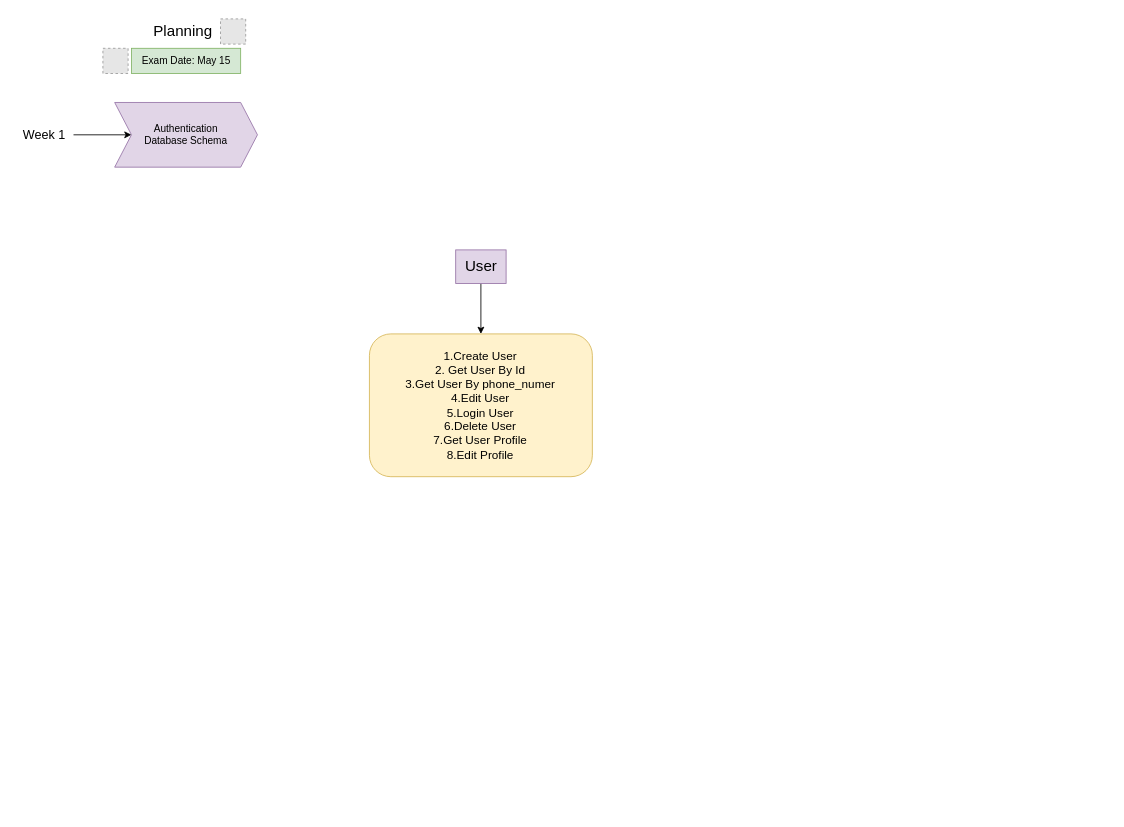
The draw.io diagram goball.drawio in abdukod1rov/git-demo, before the edit. Source tidied: cells renumbered, new cells numbered last; positions are measured from the earlier drawing's top-left corner, leaving out a move shared by most shapes. Both pictures are drawn from the tidied source at 84%, with x=0, y=0 at pixel (14, 14). Pictures stored in the file or linked from it are replaced by grey dashed boxes.
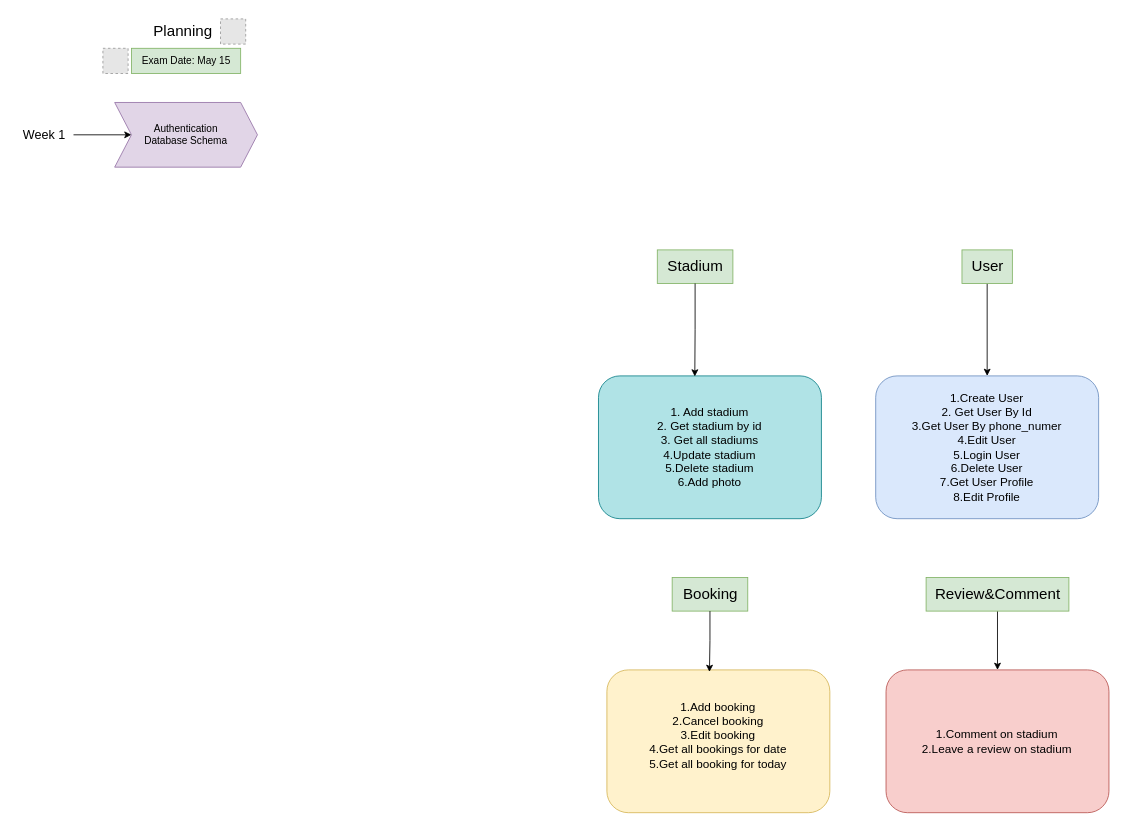
After the change.

The edit, as a diff of the source:
```diff
@@
-    <mxCell id="9" value="&lt;font style=&quot;font-size: 14px;&quot;&gt;1.Create User&lt;/font&gt;&lt;div style=&quot;font-size: 14px;&quot;&gt;&lt;font style=&quot;font-size: 14px;&quot;&gt;2. Get User By Id&lt;br&gt;&lt;/font&gt;&lt;/div&gt;&lt;div style=&quot;font-size: 14px;&quot;&gt;&lt;font style=&quot;font-size: 14px;&quot;&gt;3.Get User By phone_numer&lt;/font&gt;&lt;/div&gt;&lt;div style=&quot;font-size: 14px;&quot;&gt;&lt;font style=&quot;font-size: 14px;&quot;&gt;4.Edit User&lt;/font&gt;&lt;/div&gt;&lt;div style=&quot;font-size: 14px;&quot;&gt;&lt;font style=&quot;font-size: 14px;&quot;&gt;5.Login User&lt;/font&gt;&lt;/div&gt;&lt;div style=&quot;font-size: 14px;&quot;&gt;&lt;font style=&quot;font-size: 14px;&quot;&gt;6.Delete User&lt;/font&gt;&lt;/div&gt;&lt;div style=&quot;font-size: 14px;&quot;&gt;&lt;font style=&quot;font-size: 14px;&quot;&gt;7.Get User Profile&lt;/font&gt;&lt;/div&gt;&lt;div style=&quot;font-size: 14px;&quot;&gt;&lt;font style=&quot;font-size: 14px;&quot;&gt;8.Edit Profile&lt;/font&gt;&lt;/div&gt;" style="rounded=1;whiteSpace=wrap;html=1;fillColor=#fff2cc;strokeColor=#d6b656;" parent="1" vertex="1">
-      <mxGeometry x="422.3" y="380" width="265.4" height="170" as="geometry" />
+    <mxCell id="9" value="&lt;font style=&quot;font-size: 14px;&quot;&gt;1.Create User&lt;/font&gt;&lt;div style=&quot;font-size: 14px;&quot;&gt;&lt;font style=&quot;font-size: 14px;&quot;&gt;2. Get User By Id&lt;br&gt;&lt;/font&gt;&lt;/div&gt;&lt;div style=&quot;font-size: 14px;&quot;&gt;&lt;font style=&quot;font-size: 14px;&quot;&gt;3.Get User By phone_numer&lt;/font&gt;&lt;/div&gt;&lt;div style=&quot;font-size: 14px;&quot;&gt;&lt;font style=&quot;font-size: 14px;&quot;&gt;4.Edit User&lt;/font&gt;&lt;/div&gt;&lt;div style=&quot;font-size: 14px;&quot;&gt;&lt;font style=&quot;font-size: 14px;&quot;&gt;5.Login User&lt;/font&gt;&lt;/div&gt;&lt;div style=&quot;font-size: 14px;&quot;&gt;&lt;font style=&quot;font-size: 14px;&quot;&gt;6.Delete User&lt;/font&gt;&lt;/div&gt;&lt;div style=&quot;font-size: 14px;&quot;&gt;&lt;font style=&quot;font-size: 14px;&quot;&gt;7.Get User Profile&lt;/font&gt;&lt;/div&gt;&lt;div style=&quot;font-size: 14px;&quot;&gt;&lt;font style=&quot;font-size: 14px;&quot;&gt;8.Edit Profile&lt;/font&gt;&lt;/div&gt;" style="rounded=1;whiteSpace=wrap;html=1;fillColor=#dae8fc;strokeColor=#6c8ebf;" parent="1" vertex="1">
+      <mxGeometry x="1025" y="430" width="265.4" height="170" as="geometry" />
     </mxCell>
@@
-    <mxCell id="11" value="&lt;font style=&quot;font-size: 18px;&quot;&gt;User&lt;/font&gt;" style="text;html=1;align=center;verticalAlign=middle;points=[];strokeColor=#9673a6;fillColor=#e1d5e7;" parent="1" vertex="1">
-      <mxGeometry x="525" y="280" width="60" height="40" as="geometry" />
+    <mxCell id="11" value="&lt;font style=&quot;font-size: 18px;&quot;&gt;User&lt;/font&gt;" style="text;html=1;align=center;verticalAlign=middle;points=[];strokeColor=#82b366;fillColor=#d5e8d4;" parent="1" vertex="1">
+      <mxGeometry x="1127.7" y="280" width="60" height="40" as="geometry" />
     </mxCell>
+    <mxCell id="12" value="&lt;span style=&quot;font-size: 14px;&quot;&gt;1. Add stadium&lt;/span&gt;&lt;div&gt;&lt;span style=&quot;font-size: 14px;&quot;&gt;2. Get stadium by id&lt;/span&gt;&lt;/div&gt;&lt;div&gt;&lt;span style=&quot;font-size: 14px;&quot;&gt;3. Get all stadiums&lt;/span&gt;&lt;/div&gt;&lt;div&gt;&lt;span style=&quot;font-size: 14px;&quot;&gt;4.Update stadium&lt;/span&gt;&lt;/div&gt;&lt;div&gt;&lt;span style=&quot;font-size: 14px;&quot;&gt;5.Delete stadium&lt;/span&gt;&lt;/div&gt;&lt;div&gt;&lt;span style=&quot;font-size: 14px;&quot;&gt;6.Add photo&lt;/span&gt;&lt;/div&gt;" style="rounded=1;whiteSpace=wrap;html=1;fillColor=#b0e3e6;strokeColor=#0e8088;" parent="1" vertex="1">
+      <mxGeometry x="695" y="430" width="265.4" height="170" as="geometry" />
+    </mxCell>
+    <mxCell id="13" value="&lt;font style=&quot;font-size: 18px;&quot;&gt;Stadium&lt;/font&gt;" style="text;html=1;align=center;verticalAlign=middle;points=[];strokeColor=#82b366;fillColor=#d5e8d4;" parent="1" vertex="1">
+      <mxGeometry x="765" y="280" width="90" height="40" as="geometry" />
+    </mxCell>
+    <mxCell id="14" style="edgeStyle=orthogonalEdgeStyle;rounded=0;jettySize=auto;html=1;entryX=0.432;entryY=0.004;entryDx=0;entryDy=0;entryPerimeter=0;" parent="1" edge="1" source="13" target="12">
+      <mxGeometry relative="1" as="geometry" />
+    </mxCell>
+    <mxCell id="15" value="&lt;span style=&quot;font-size: 14px;&quot;&gt;1.Add booking&lt;/span&gt;&lt;div&gt;&lt;span style=&quot;font-size: 14px;&quot;&gt;2.Cancel booking&lt;/span&gt;&lt;/div&gt;&lt;div&gt;&lt;span style=&quot;font-size: 14px;&quot;&gt;3.Edit booking&lt;/span&gt;&lt;/div&gt;&lt;div&gt;&lt;span style=&quot;font-size: 14px;&quot;&gt;4.Get all bookings for date&lt;/span&gt;&lt;/div&gt;&lt;div&gt;&lt;span style=&quot;font-size: 14px;&quot;&gt;5.Get all booking for today&lt;/span&gt;&lt;/div&gt;&lt;div&gt;&lt;br&gt;&lt;/div&gt;" style="rounded=1;whiteSpace=wrap;html=1;fillColor=#fff2cc;strokeColor=#d6b656;" parent="1" vertex="1">
+      <mxGeometry x="705" y="780" width="265.4" height="170" as="geometry" />
+    </mxCell>
+    <mxCell id="16" value="&lt;font style=&quot;font-size: 18px;&quot;&gt;Booking&lt;/font&gt;" style="text;html=1;align=center;verticalAlign=middle;points=[];fillColor=#d5e8d4;strokeColor=#82b366;" parent="1" vertex="1">
+      <mxGeometry x="782.7" y="670" width="90" height="40" as="geometry" />
+    </mxCell>
+    <mxCell id="17" value="&lt;div&gt;&lt;span style=&quot;font-size: 14px;&quot;&gt;1.Comment on stadium&lt;/span&gt;&lt;/div&gt;&lt;div&gt;&lt;span style=&quot;font-size: 14px;&quot;&gt;2.Leave a review on stadium&lt;/span&gt;&lt;/div&gt;" style="rounded=1;whiteSpace=wrap;html=1;fillColor=#f8cecc;strokeColor=#b85450;" parent="1" vertex="1">
+      <mxGeometry x="1037.3" y="780" width="265.4" height="170" as="geometry" />
+    </mxCell>
+    <mxCell id="18" style="edgeStyle=orthogonalEdgeStyle;rounded=0;jettySize=auto;html=1;entryX=0.5;entryY=0;entryDx=0;entryDy=0;" parent="1" edge="1" source="19" target="17">
+      <mxGeometry relative="1" as="geometry" />
+    </mxCell>
+    <mxCell id="19" value="&lt;font style=&quot;font-size: 18px;&quot;&gt;Review&amp;amp;Comment&lt;/font&gt;" style="text;html=1;align=center;verticalAlign=middle;points=[];fillColor=#d5e8d4;strokeColor=#82b366;" parent="1" vertex="1">
+      <mxGeometry x="1085" y="670" width="170" height="40" as="geometry" />
+    </mxCell>
+    <mxCell id="20" style="edgeStyle=orthogonalEdgeStyle;rounded=0;jettySize=auto;html=1;entryX=0.46;entryY=0.014;entryDx=0;entryDy=0;entryPerimeter=0;" parent="1" edge="1" source="16" target="15">
+      <mxGeometry relative="1" as="geometry" />
+    </mxCell>
```
